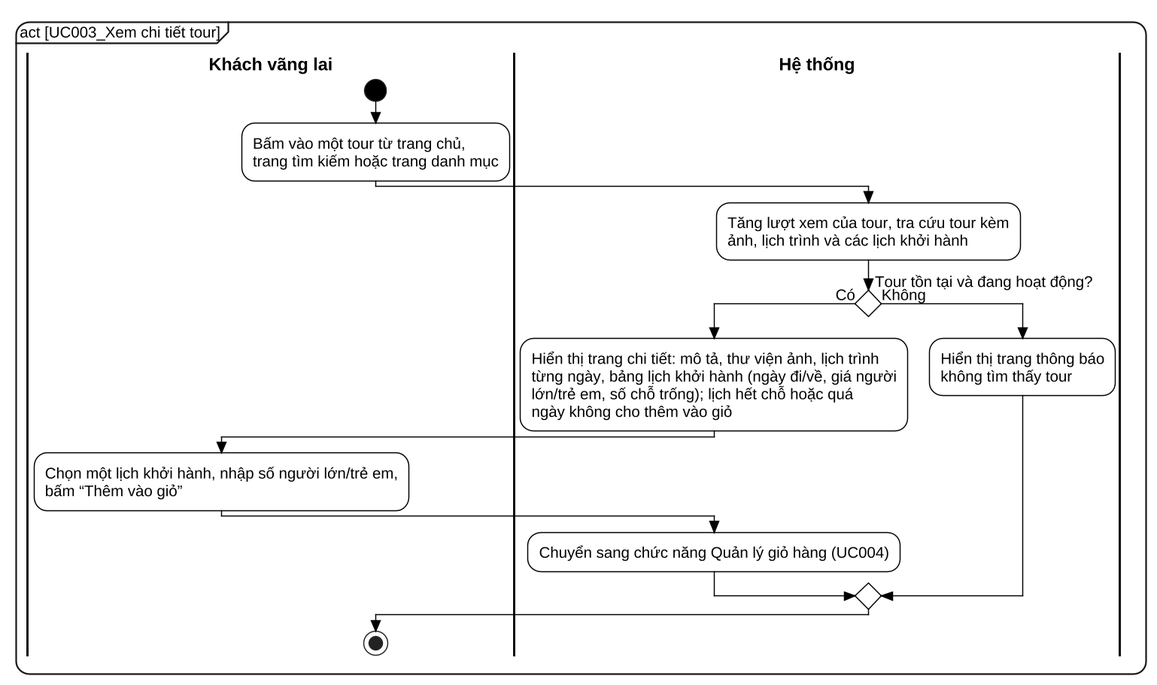
This is docs/report/diagrams/png/UC003_activity.png from kanele05/project_www, a PlantUML export, as it was before one commit. Source of this version:
```plantuml
@startuml UC003_activity
skinparam dpi 140
skinparam defaultFontName "Liberation Sans"
skinparam defaultFontSize 14
skinparam backgroundColor white
skinparam shadowing false
skinparam RoundCorner 24
skinparam ArrowColor black
skinparam ArrowThickness 1.1
skinparam ConditionStyle diamond
skinparam ConditionEndStyle diamond
skinparam style strictuml
skinparam activity {
  BackgroundColor white
  BorderColor black
  BorderThickness 1
  DiamondBackgroundColor white
  DiamondBorderColor black
  StartColor black
  EndColor black
}
skinparam swimlane {
  BorderColor black
  BorderThickness 2
  TitleFontStyle bold
  TitleFontSize 16
}
skinparam wrapWidth 600
mainframe act [UC003_Xem chi tiết tour]
|Khách vãng lai|
start
:Bấm vào một tour từ trang chủ,\ntrang tìm kiếm hoặc trang danh mục;
|Hệ thống|
:Tăng lượt xem của tour, tra cứu tour kèm\nảnh, lịch trình và các lịch khởi hành;
if (Tour tồn tại và đang hoạt động?) then (Có)
  :Hiển thị trang chi tiết: mô tả, thư viện ảnh, lịch trình\ntừng ngày, bảng lịch khởi hành (ngày đi/về, giá người\nlớn/trẻ em, số chỗ trống); lịch hết chỗ hoặc quá\nngày không cho thêm vào giỏ;
  |Khách vãng lai|
  :Chọn một lịch khởi hành, nhập số người lớn/trẻ em,\nbấm “Thêm vào giỏ”;
  |Hệ thống|
  :Chuyển sang chức năng Quản lý giỏ hàng (UC004);
  |Khách vãng lai|
else (Không)
  |Hệ thống|
  :Hiển thị trang thông báo\nkhông tìm thấy tour;
  |Khách vãng lai|
endif
stop
@enduml
```
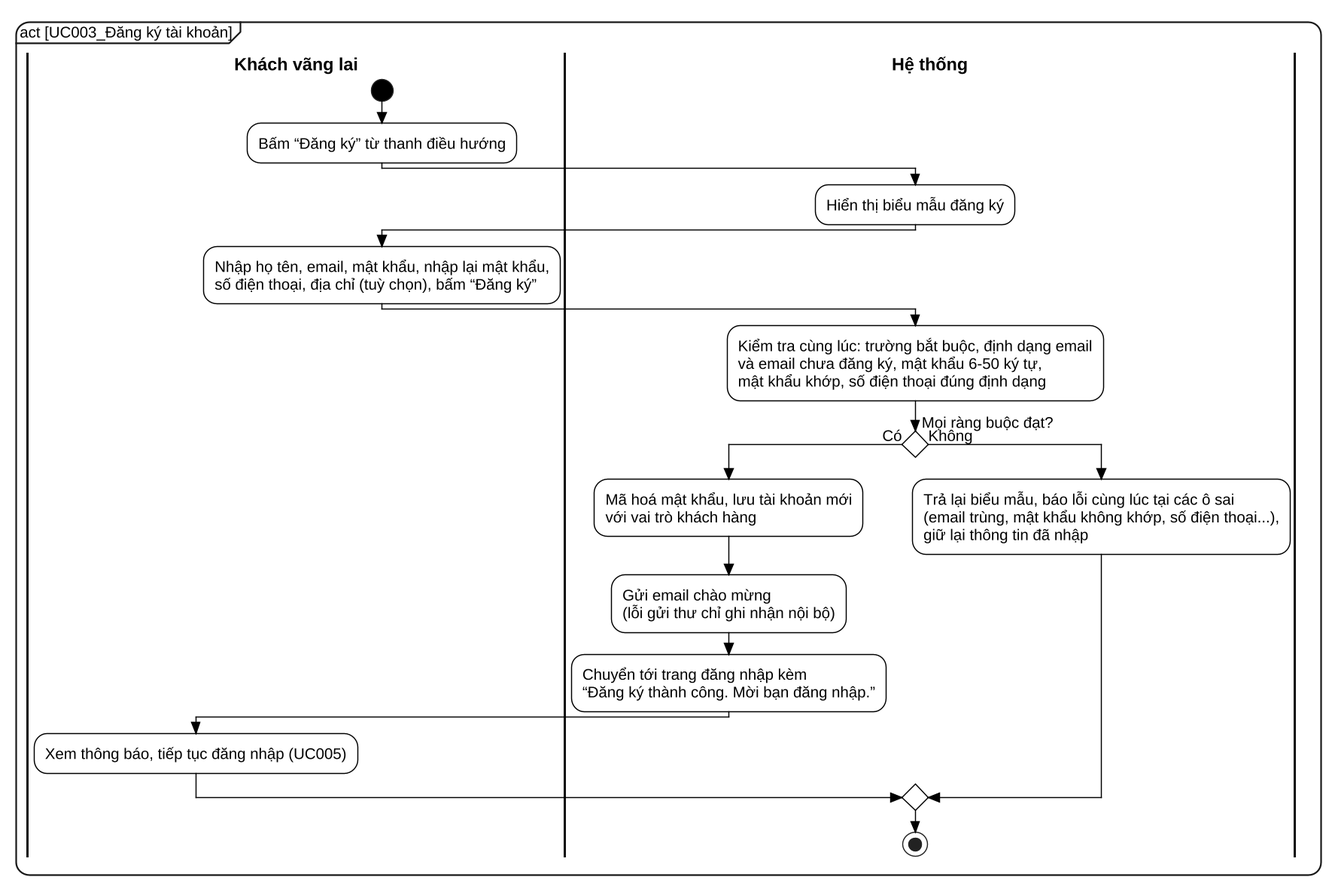
The same file after the commit.

What changed in the source:
```diff
@@ -26,23 +26,25 @@
   TitleFontSize 16
 }
 skinparam wrapWidth 600
-mainframe act [UC003_Xem chi tiết tour]
+mainframe act [UC003_Đăng ký tài khoản]
 |Khách vãng lai|
 start
-:Bấm vào một tour từ trang chủ,\ntrang tìm kiếm hoặc trang danh mục;
+:Bấm “Đăng ký” từ thanh điều hướng;
 |Hệ thống|
-:Tăng lượt xem của tour, tra cứu tour kèm\nảnh, lịch trình và các lịch khởi hành;
-if (Tour tồn tại và đang hoạt động?) then (Có)
-  :Hiển thị trang chi tiết: mô tả, thư viện ảnh, lịch trình\ntừng ngày, bảng lịch khởi hành (ngày đi/về, giá người\nlớn/trẻ em, số chỗ trống); lịch hết chỗ hoặc quá\nngày không cho thêm vào giỏ;
+:Hiển thị biểu mẫu đăng ký;
+|Khách vãng lai|
+:Nhập họ tên, email, mật khẩu, nhập lại mật khẩu,\nsố điện thoại, địa chỉ (tuỳ chọn), bấm “Đăng ký”;
+|Hệ thống|
+:Kiểm tra cùng lúc: trường bắt buộc, định dạng email\nvà email chưa đăng ký, mật khẩu 6-50 ký tự,\nmật khẩu khớp, số điện thoại đúng định dạng;
+if (Mọi ràng buộc đạt?) then (Có)
+  :Mã hoá mật khẩu, lưu tài khoản mới\nvới vai trò khách hàng;
+  :Gửi email chào mừng\n(lỗi gửi thư chỉ ghi nhận nội bộ);
+  :Chuyển tới trang đăng nhập kèm\n“Đăng ký thành công. Mời bạn đăng nhập.”;
   |Khách vãng lai|
-  :Chọn một lịch khởi hành, nhập số người lớn/trẻ em,\nbấm “Thêm vào giỏ”;
-  |Hệ thống|
-  :Chuyển sang chức năng Quản lý giỏ hàng (UC004);
-  |Khách vãng lai|
+  :Xem thông báo, tiếp tục đăng nhập (UC005);
 else (Không)
   |Hệ thống|
-  :Hiển thị trang thông báo\nkhông tìm thấy tour;
-  |Khách vãng lai|
+  :Trả lại biểu mẫu, báo lỗi cùng lúc tại các ô sai\n(email trùng, mật khẩu không khớp, số điện thoại...),\ngiữ lại thông tin đã nhập;
 endif
 stop
 @enduml
```
